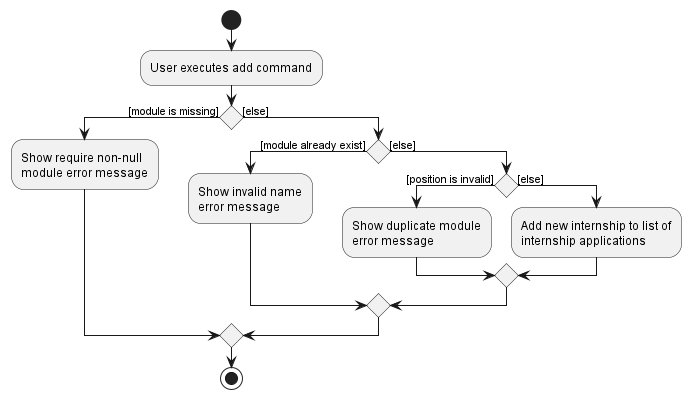
This is docs/images/AddActivityDiagram.png from nus-cs2103-AY2223S2/tp, a PlantUML export, as it was before one commit.
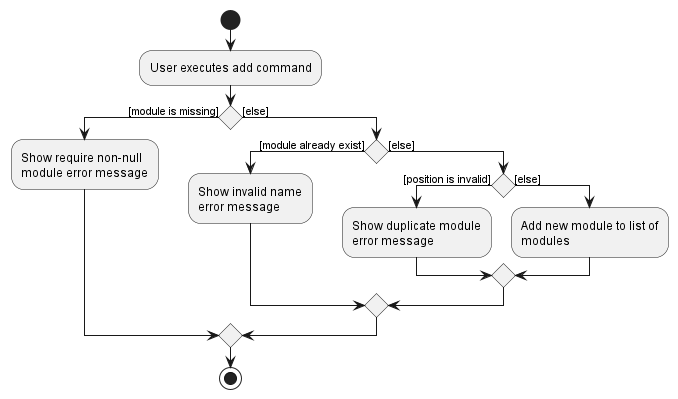
The same diagram one commit later.

Commit message:
Change typo in add activity diagram

What changed in the source:
```diff
@@ -18,8 +18,8 @@
             error message;
 
         else ([else])
-        :Add new internship to list of
-        internship applications;
+        :Add new module to list of
+        modules;
         endif
     endif
 endif
```
